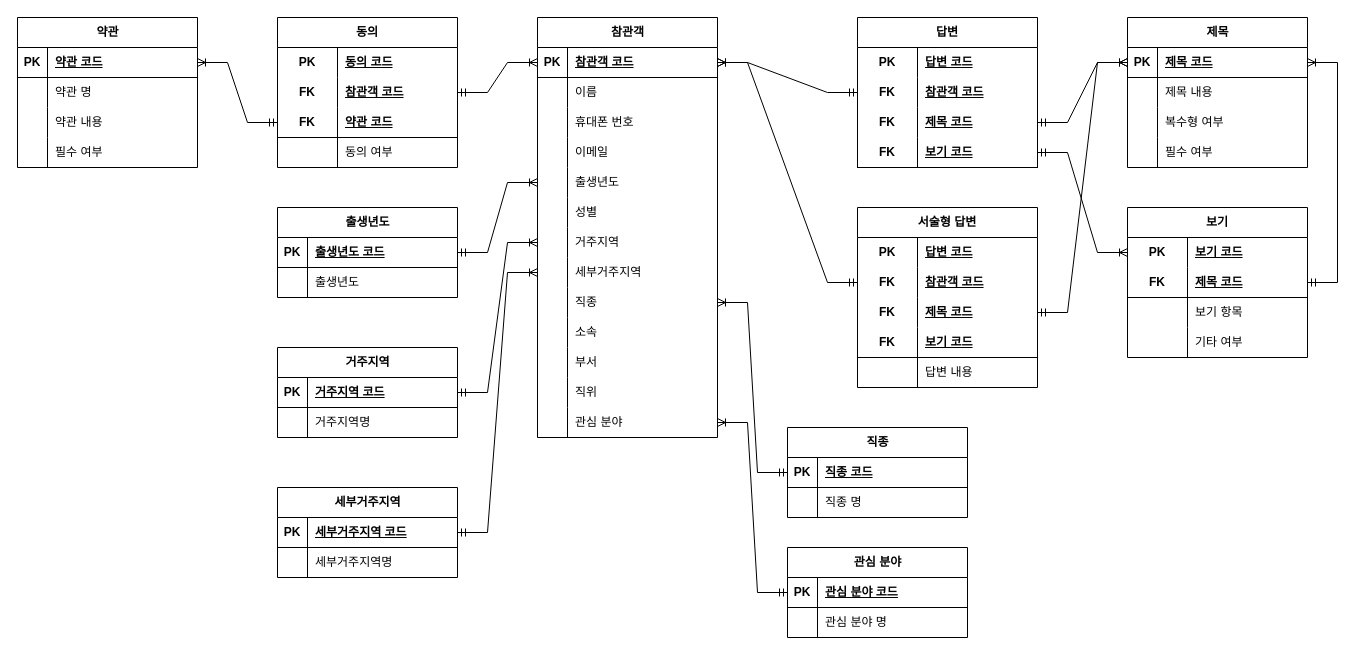
This is page "RM" (2 of 2) of space-design-fair-pre-erd.drawio from hann0079/erd-for-es, a draw.io file, before an edit. Source tidied: cells renumbered, new cells numbered last; positions are measured from the earlier drawing's top-left corner, leaving out a move shared by most shapes. Both pictures are drawn from the tidied source at 100%, with x=0, y=0 at pixel (17, 17).
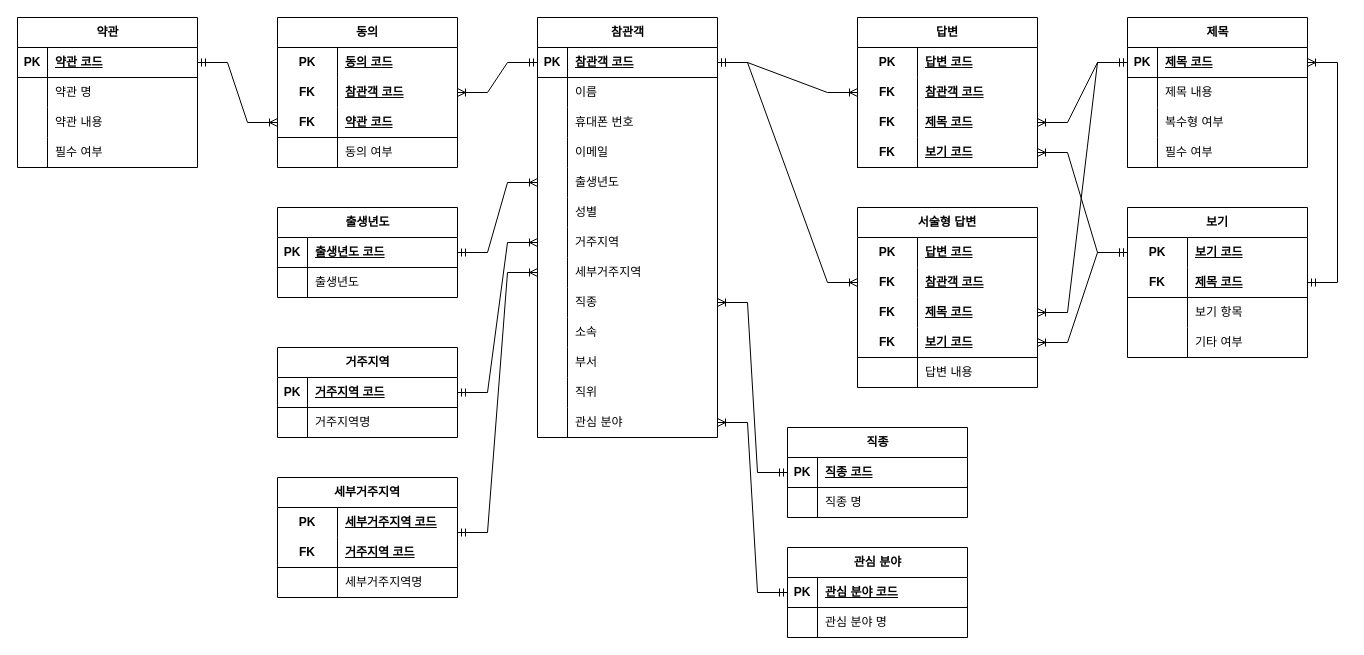
The same page after the edit.

The change refers to these unchanged cells:
```xml
<mxCell id="3" style="shape=tableRow;horizontal=0;startSize=0;swimlaneHead=0;swimlaneBody=0;fillColor=none;points=[[0,0.5],[1,0.5]];portConstraint=eastwest;top=0;left=0;right=0;bottom=1;" parent="2" vertex="1">
  <mxGeometry y="30" width="180" height="30" as="geometry" />
</mxCell>
<mxCell id="16" style="shape=tableRow;horizontal=0;startSize=0;swimlaneHead=0;swimlaneBody=0;fillColor=none;points=[[0,0.5],[1,0.5]];portConstraint=eastwest;top=0;left=0;right=0;bottom=1;" parent="15" vertex="1">
  <mxGeometry y="30" width="180" height="30" as="geometry" />
</mxCell>
<mxCell id="56" style="shape=tableRow;horizontal=0;startSize=0;swimlaneHead=0;swimlaneBody=0;fillColor=none;points=[[0,0.5],[1,0.5]];portConstraint=eastwest;top=0;left=0;right=0;bottom=1;" parent="55" vertex="1">
  <mxGeometry y="30" width="180" height="30" as="geometry" />
</mxCell>
<mxCell id="72" style="shape=tableRow;horizontal=0;startSize=0;swimlaneHead=0;swimlaneBody=0;fillColor=none;points=[[0,0.5],[1,0.5]];portConstraint=eastwest;top=0;left=0;right=0;bottom=0;html=1;" parent="68" vertex="1">
  <mxGeometry y="60" width="180" height="30" as="geometry" />
</mxCell>
<mxCell id="75" style="shape=tableRow;horizontal=0;startSize=0;swimlaneHead=0;swimlaneBody=0;fillColor=none;points=[[0,0.5],[1,0.5]];portConstraint=eastwest;top=0;left=0;right=0;bottom=1;html=1;" parent="68" vertex="1">
  <mxGeometry y="90" width="180" height="30" as="geometry" />
</mxCell>
<mxCell id="85" style="shape=tableRow;horizontal=0;startSize=0;swimlaneHead=0;swimlaneBody=0;fillColor=none;points=[[0,0.5],[1,0.5]];portConstraint=eastwest;top=0;left=0;right=0;bottom=0;html=1;" parent="81" vertex="1">
  <mxGeometry y="60" width="180" height="30" as="geometry" />
</mxCell>
<mxCell id="88" style="shape=tableRow;horizontal=0;startSize=0;swimlaneHead=0;swimlaneBody=0;fillColor=none;points=[[0,0.5],[1,0.5]];portConstraint=eastwest;top=0;left=0;right=0;bottom=0;html=1;" parent="81" vertex="1">
  <mxGeometry y="90" width="180" height="30" as="geometry" />
</mxCell>
<mxCell id="91" style="shape=tableRow;horizontal=0;startSize=0;swimlaneHead=0;swimlaneBody=0;fillColor=none;points=[[0,0.5],[1,0.5]];portConstraint=eastwest;top=0;left=0;right=0;bottom=1;html=1;" parent="81" vertex="1">
  <mxGeometry y="120" width="180" height="30" as="geometry" />
</mxCell>
<mxCell id="95" style="shape=tableRow;horizontal=0;startSize=0;swimlaneHead=0;swimlaneBody=0;fillColor=none;points=[[0,0.5],[1,0.5]];portConstraint=eastwest;top=0;left=0;right=0;bottom=0;html=1;" parent="94" vertex="1">
  <mxGeometry y="30" width="180" height="30" as="geometry" />
</mxCell>
<mxCell id="117" style="shape=tableRow;horizontal=0;startSize=0;swimlaneHead=0;swimlaneBody=0;fillColor=none;points=[[0,0.5],[1,0.5]];portConstraint=eastwest;top=0;left=0;right=0;bottom=0;html=1;" parent="113" vertex="1">
  <mxGeometry y="60" width="180" height="30" as="geometry" />
</mxCell>
<mxCell id="120" style="shape=tableRow;horizontal=0;startSize=0;swimlaneHead=0;swimlaneBody=0;fillColor=none;points=[[0,0.5],[1,0.5]];portConstraint=eastwest;top=0;left=0;right=0;bottom=0;html=1;" parent="113" vertex="1">
  <mxGeometry y="90" width="180" height="30" as="geometry" />
</mxCell>
<mxCell id="123" style="shape=tableRow;horizontal=0;startSize=0;swimlaneHead=0;swimlaneBody=0;fillColor=none;points=[[0,0.5],[1,0.5]];portConstraint=eastwest;top=0;left=0;right=0;bottom=1;html=1;" parent="113" vertex="1">
  <mxGeometry y="120" width="180" height="30" as="geometry" />
</mxCell>
```

The edit, as a diff of the source:
```diff
@@
-    <mxCell id="107" style="edgeStyle=entityRelationEdgeStyle;fontSize=12;html=1;endArrow=ERoneToMany;startArrow=ERmandOne;rounded=0;" parent="1" edge="1" source="72" target="16">
-      <mxGeometry relative="1" as="geometry" />
-    </mxCell>
-    <mxCell id="108" style="edgeStyle=entityRelationEdgeStyle;fontSize=12;html=1;endArrow=ERoneToMany;startArrow=ERmandOne;rounded=0;exitX=0;exitY=0.5;exitDx=0;exitDy=0;entryX=1;entryY=0.5;entryDx=0;entryDy=0;" parent="1" edge="1" source="75" target="3">
-      <mxGeometry relative="1" as="geometry" />
-    </mxCell>
-    <mxCell id="109" style="edgeStyle=entityRelationEdgeStyle;fontSize=12;html=1;endArrow=ERoneToMany;startArrow=ERmandOne;rounded=0;entryX=1;entryY=0.5;entryDx=0;entryDy=0;exitX=0;exitY=0.5;exitDx=0;exitDy=0;" parent="1" edge="1" source="85" target="16">
-      <mxGeometry relative="1" as="geometry" />
-    </mxCell>
-    <mxCell id="110" style="edgeStyle=entityRelationEdgeStyle;fontSize=12;html=1;endArrow=ERoneToMany;startArrow=ERmandOne;rounded=0;entryX=0;entryY=0.5;entryDx=0;entryDy=0;exitX=1;exitY=0.5;exitDx=0;exitDy=0;" parent="1" edge="1" source="91" target="95">
-      <mxGeometry relative="1" as="geometry" />
-    </mxCell>
-    <mxCell id="111" style="edgeStyle=entityRelationEdgeStyle;fontSize=12;html=1;endArrow=ERoneToMany;startArrow=ERmandOne;rounded=0;entryX=0;entryY=0.5;entryDx=0;entryDy=0;exitX=1;exitY=0.5;exitDx=0;exitDy=0;" parent="1" edge="1" source="88" target="56">
-      <mxGeometry relative="1" as="geometry" />
-    </mxCell>
@@
-    <mxCell id="129" style="edgeStyle=entityRelationEdgeStyle;fontSize=12;html=1;endArrow=ERoneToMany;startArrow=ERmandOne;rounded=0;entryX=1;entryY=0.5;entryDx=0;entryDy=0;exitX=0;exitY=0.5;exitDx=0;exitDy=0;" parent="1" edge="1" source="117" target="16">
-      <mxGeometry relative="1" as="geometry" />
-    </mxCell>
-    <mxCell id="130" style="edgeStyle=entityRelationEdgeStyle;fontSize=12;html=1;endArrow=ERoneToMany;startArrow=ERmandOne;rounded=0;entryX=0;entryY=0.5;entryDx=0;entryDy=0;" parent="1" edge="1" source="120" target="56">
-      <mxGeometry relative="1" as="geometry" />
-    </mxCell>
@@
-    <mxCell id="145" value="세부거주지역" style="shape=table;startSize=30;childLayout=tableLayout;rowLines=0;fontStyle=1;align=center;html=1;" parent="1" vertex="1">
-      <mxGeometry x="260" y="470" width="180" height="90" as="geometry" />
-    </mxCell>
-    <mxCell id="146" style="shape=tableRow;horizontal=0;startSize=0;swimlaneHead=0;swimlaneBody=0;fillColor=none;top=0;left=0;right=0;bottom=1;" parent="145" vertex="1">
-      <mxGeometry y="30" width="180" height="30" as="geometry" />
-    </mxCell>
-    <mxCell id="147" value="PK" style="shape=partialRectangle;fillColor=none;top=0;left=0;bottom=0;right=0;fontStyle=1;overflow=hidden;whiteSpace=wrap;html=1;" parent="146" vertex="1">
-      <mxGeometry width="30" height="30" as="geometry" />
-    </mxCell>
-    <mxCell id="148" value="&lt;span style=&quot;text-align: center; text-wrap: nowrap;&quot;&gt;세부거주지역 코드&lt;/span&gt;" style="shape=partialRectangle;fillColor=none;top=0;left=0;bottom=0;right=0;align=left;spacingLeft=6;fontStyle=5;overflow=hidden;whiteSpace=wrap;html=1;" parent="146" vertex="1">
-      <mxGeometry x="30" width="150" height="30" as="geometry" />
-    </mxCell>
-    <mxCell id="149" style="shape=tableRow;horizontal=0;startSize=0;swimlaneHead=0;swimlaneBody=0;fillColor=none;top=0;left=0;right=0;bottom=0;" parent="145" vertex="1">
-      <mxGeometry y="60" width="180" height="30" as="geometry" />
-    </mxCell>
-    <mxCell id="150" style="shape=partialRectangle;fillColor=none;top=0;left=0;bottom=0;right=0;overflow=hidden;whiteSpace=wrap;html=1;" parent="149" vertex="1">
-      <mxGeometry width="30" height="30" as="geometry" />
-    </mxCell>
-    <mxCell id="151" value="세부거주지역명" style="shape=partialRectangle;fillColor=none;top=0;left=0;bottom=0;right=0;align=left;spacingLeft=6;overflow=hidden;whiteSpace=wrap;html=1;" parent="149" vertex="1">
-      <mxGeometry x="30" width="150" height="30" as="geometry" />
-    </mxCell>
@@
+    <mxCell id="145" value="&lt;span style=&quot;text-wrap: nowrap;&quot;&gt;세부거주지역&lt;/span&gt;" style="shape=table;startSize=30;childLayout=tableLayout;rowLines=0;fontStyle=1;align=center;html=1;whiteSpace=wrap;" parent="1" vertex="1">
+      <mxGeometry x="260" y="460" width="180" height="120" as="geometry" />
+    </mxCell>
+    <mxCell id="171" style="shape=tableRow;horizontal=0;startSize=0;swimlaneHead=0;swimlaneBody=0;fillColor=none;top=0;left=0;right=0;bottom=0;html=1;" parent="145" vertex="1">
+      <mxGeometry y="30" width="180" height="30" as="geometry" />
+    </mxCell>
+    <mxCell id="147" value="PK" style="shape=partialRectangle;fillColor=none;top=0;left=0;bottom=0;right=0;fontStyle=1;overflow=hidden;html=1;whiteSpace=wrap;" parent="171" vertex="1">
+      <mxGeometry width="60" height="30" as="geometry" />
+    </mxCell>
+    <mxCell id="148" value="&lt;span style=&quot;text-align: center; text-wrap: nowrap;&quot;&gt;세부거주지역 코드&lt;/span&gt;" style="shape=partialRectangle;fillColor=none;top=0;left=0;bottom=0;right=0;align=left;spacingLeft=6;fontStyle=5;overflow=hidden;html=1;whiteSpace=wrap;" parent="171" vertex="1">
+      <mxGeometry x="60" width="120" height="30" as="geometry" />
+    </mxCell>
+    <mxCell id="172" style="shape=tableRow;horizontal=0;startSize=0;swimlaneHead=0;swimlaneBody=0;fillColor=none;top=0;left=0;right=0;bottom=1;html=1;" parent="145" vertex="1">
+      <mxGeometry y="60" width="180" height="30" as="geometry" />
+    </mxCell>
+    <mxCell id="173" value="FK" style="shape=partialRectangle;fillColor=none;top=0;left=0;bottom=0;right=0;fontStyle=1;overflow=hidden;html=1;whiteSpace=wrap;" parent="172" vertex="1">
+      <mxGeometry width="60" height="30" as="geometry" />
+    </mxCell>
+    <mxCell id="174" value="&lt;span style=&quot;text-align: center; text-wrap: nowrap;&quot;&gt;거주지역 코드&lt;/span&gt;" style="shape=partialRectangle;fillColor=none;top=0;left=0;bottom=0;right=0;align=left;spacingLeft=6;fontStyle=5;overflow=hidden;html=1;whiteSpace=wrap;" parent="172" vertex="1">
+      <mxGeometry x="60" width="120" height="30" as="geometry" />
+    </mxCell>
+    <mxCell id="175" style="shape=tableRow;horizontal=0;startSize=0;swimlaneHead=0;swimlaneBody=0;fillColor=none;top=0;left=0;right=0;bottom=0;html=1;" parent="145" vertex="1">
+      <mxGeometry y="90" width="180" height="30" as="geometry" />
+    </mxCell>
+    <mxCell id="176" style="shape=partialRectangle;fillColor=none;top=0;left=0;bottom=0;right=0;overflow=hidden;html=1;whiteSpace=wrap;" parent="175" vertex="1">
+      <mxGeometry width="60" height="30" as="geometry" />
+    </mxCell>
+    <mxCell id="151" value="세부거주지역명" style="shape=partialRectangle;fillColor=none;top=0;left=0;bottom=0;right=0;align=left;spacingLeft=6;overflow=hidden;html=1;whiteSpace=wrap;" parent="175" vertex="1">
+      <mxGeometry x="60" width="120" height="30" as="geometry" />
+    </mxCell>
+    <mxCell id="177" style="edgeStyle=entityRelationEdgeStyle;fontSize=12;html=1;endArrow=ERoneToMany;startArrow=ERmandOne;rounded=0;entryX=0;entryY=0.5;entryDx=0;entryDy=0;" parent="1" edge="1" source="3" target="75">
+      <mxGeometry relative="1" as="geometry" />
+    </mxCell>
+    <mxCell id="178" style="edgeStyle=entityRelationEdgeStyle;fontSize=12;html=1;endArrow=ERoneToMany;startArrow=ERmandOne;rounded=0;entryX=1;entryY=0.5;entryDx=0;entryDy=0;exitX=0;exitY=0.5;exitDx=0;exitDy=0;" parent="1" edge="1" source="16" target="72">
+      <mxGeometry relative="1" as="geometry" />
+    </mxCell>
+    <mxCell id="179" style="edgeStyle=entityRelationEdgeStyle;fontSize=12;html=1;endArrow=ERoneToMany;startArrow=ERmandOne;rounded=0;exitX=1;exitY=0.5;exitDx=0;exitDy=0;entryX=0;entryY=0.5;entryDx=0;entryDy=0;" parent="1" edge="1" source="16" target="85">
+      <mxGeometry relative="1" as="geometry" />
+    </mxCell>
+    <mxCell id="180" style="edgeStyle=entityRelationEdgeStyle;fontSize=12;html=1;endArrow=ERoneToMany;startArrow=ERmandOne;rounded=0;exitX=0;exitY=0.5;exitDx=0;exitDy=0;entryX=1;entryY=0.5;entryDx=0;entryDy=0;" parent="1" edge="1" source="56" target="88">
+      <mxGeometry relative="1" as="geometry" />
+    </mxCell>
+    <mxCell id="181" style="edgeStyle=entityRelationEdgeStyle;fontSize=12;html=1;endArrow=ERoneToMany;startArrow=ERmandOne;rounded=0;exitX=0;exitY=0.5;exitDx=0;exitDy=0;entryX=1;entryY=0.5;entryDx=0;entryDy=0;" parent="1" edge="1" source="95" target="91">
+      <mxGeometry relative="1" as="geometry" />
+    </mxCell>
+    <mxCell id="182" style="edgeStyle=entityRelationEdgeStyle;fontSize=12;html=1;endArrow=ERoneToMany;startArrow=ERmandOne;rounded=0;entryX=1;entryY=0.5;entryDx=0;entryDy=0;exitX=0;exitY=0.5;exitDx=0;exitDy=0;" parent="1" edge="1" source="56" target="120">
+      <mxGeometry relative="1" as="geometry" />
+    </mxCell>
+    <mxCell id="183" style="edgeStyle=entityRelationEdgeStyle;fontSize=12;html=1;endArrow=ERoneToMany;startArrow=ERmandOne;rounded=0;entryX=1;entryY=0.5;entryDx=0;entryDy=0;exitX=0;exitY=0.5;exitDx=0;exitDy=0;" parent="1" edge="1" source="95" target="123">
+      <mxGeometry relative="1" as="geometry" />
+    </mxCell>
+    <mxCell id="184" style="edgeStyle=entityRelationEdgeStyle;fontSize=12;html=1;endArrow=ERoneToMany;startArrow=ERmandOne;rounded=0;entryX=0;entryY=0.5;entryDx=0;entryDy=0;" parent="1" edge="1" source="16" target="117">
+      <mxGeometry relative="1" as="geometry" />
+    </mxCell>
```
